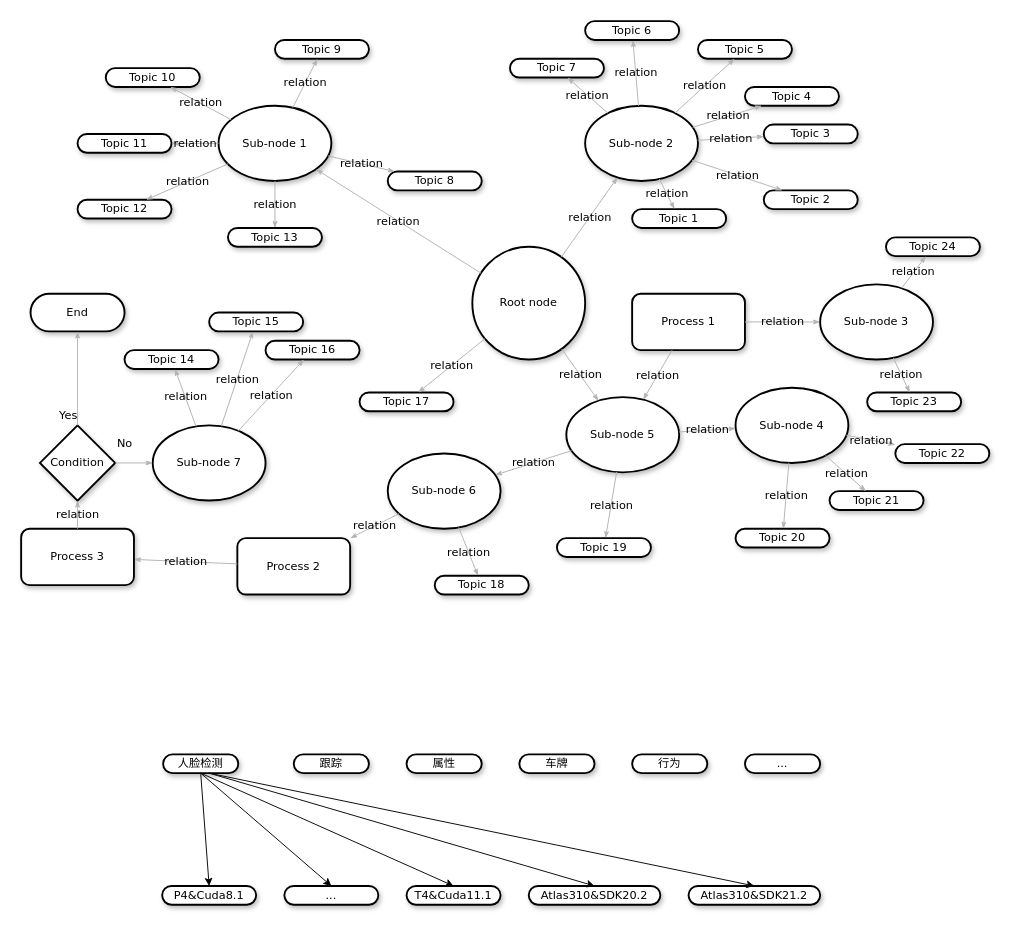
Before: zhuanxiang_1.drawio in snowolfhawk/ceph-scripts, a draw.io diagram. Source tidied: cells renumbered, new cells numbered last; positions are measured from the earlier drawing's top-left corner, leaving out a move shared by most shapes. Both pictures are drawn from the tidied source at 94%, with x=0, y=0 at pixel (21, 21).
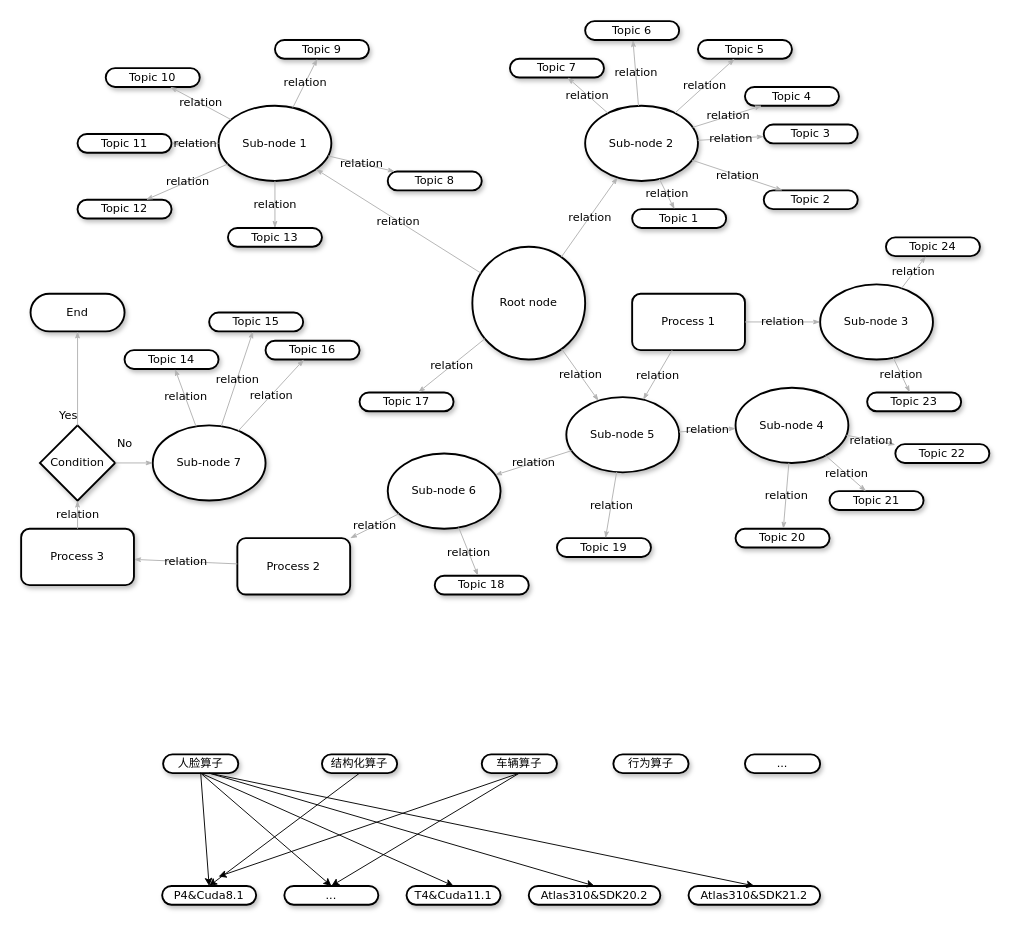
The same diagram, later.

The change refers to these unchanged cells:
```xml
<mxCell id="81" value="P4&amp;amp;Cuda8.1" style="whiteSpace=wrap;html=1;rounded=1;shadow=1;comic=0;labelBackgroundColor=none;strokeWidth=2;fontFamily=Verdana;fontSize=12;align=center;arcSize=50;" parent="1" vertex="1">
  <mxGeometry x="150" y="920" width="100" height="20" as="geometry" />
</mxCell>
<mxCell id="82" value="..." style="whiteSpace=wrap;html=1;rounded=1;shadow=1;comic=0;labelBackgroundColor=none;strokeWidth=2;fontFamily=Verdana;fontSize=12;align=center;arcSize=50;" parent="1" vertex="1">
  <mxGeometry x="280" y="920" width="100" height="20" as="geometry" />
</mxCell>
```

The edit, as a diff of the source:
```diff
@@
-    <mxCell id="75" value="人脸检测" style="whiteSpace=wrap;html=1;rounded=1;shadow=1;comic=0;labelBackgroundColor=none;strokeWidth=2;fontFamily=Verdana;fontSize=12;align=center;arcSize=50;" parent="1" vertex="1">
+    <mxCell id="75" value="人脸算子" style="whiteSpace=wrap;html=1;rounded=1;shadow=1;comic=0;labelBackgroundColor=none;strokeWidth=2;fontFamily=Verdana;fontSize=12;align=center;arcSize=50;" parent="1" vertex="1">
       <mxGeometry x="151" y="780" width="80" height="20" as="geometry" />
     </mxCell>
-    <mxCell id="76" value="跟踪" style="whiteSpace=wrap;html=1;rounded=1;shadow=1;comic=0;labelBackgroundColor=none;strokeWidth=2;fontFamily=Verdana;fontSize=12;align=center;arcSize=50;" parent="1" vertex="1">
-      <mxGeometry x="290" y="780" width="80" height="20" as="geometry" />
+    <mxCell id="76" value="结构化算子" style="whiteSpace=wrap;html=1;rounded=1;shadow=1;comic=0;labelBackgroundColor=none;strokeWidth=2;fontFamily=Verdana;fontSize=12;align=center;arcSize=50;" parent="1" vertex="1">
+      <mxGeometry x="320" y="780" width="80" height="20" as="geometry" />
     </mxCell>
-    <mxCell id="77" value="属性" style="whiteSpace=wrap;html=1;rounded=1;shadow=1;comic=0;labelBackgroundColor=none;strokeWidth=2;fontFamily=Verdana;fontSize=12;align=center;arcSize=50;" parent="1" vertex="1">
-      <mxGeometry x="410" y="780" width="80" height="20" as="geometry" />
+    <mxCell id="77" value="车辆算子" style="whiteSpace=wrap;html=1;rounded=1;shadow=1;comic=0;labelBackgroundColor=none;strokeWidth=2;fontFamily=Verdana;fontSize=12;align=center;arcSize=50;" parent="1" vertex="1">
+      <mxGeometry x="490" y="780" width="80" height="20" as="geometry" />
     </mxCell>
-    <mxCell id="78" value="车牌" style="whiteSpace=wrap;html=1;rounded=1;shadow=1;comic=0;labelBackgroundColor=none;strokeWidth=2;fontFamily=Verdana;fontSize=12;align=center;arcSize=50;" parent="1" vertex="1">
-      <mxGeometry x="530" y="780" width="80" height="20" as="geometry" />
+    <mxCell id="78" value="行为算子" style="whiteSpace=wrap;html=1;rounded=1;shadow=1;comic=0;labelBackgroundColor=none;strokeWidth=2;fontFamily=Verdana;fontSize=12;align=center;arcSize=50;" parent="1" vertex="1">
+      <mxGeometry x="630" y="780" width="80" height="20" as="geometry" />
     </mxCell>
-    <mxCell id="79" value="行为" style="whiteSpace=wrap;html=1;rounded=1;shadow=1;comic=0;labelBackgroundColor=none;strokeWidth=2;fontFamily=Verdana;fontSize=12;align=center;arcSize=50;" parent="1" vertex="1">
-      <mxGeometry x="650" y="780" width="80" height="20" as="geometry" />
-    </mxCell>
@@
+    <mxCell id="91" style="endArrow=classic;html=1;rounded=0;exitX=0.5;exitY=1;exitDx=0;exitDy=0;entryX=0.5;entryY=0;entryDx=0;entryDy=0;" parent="1" edge="1" source="76" target="81">
+      <mxGeometry relative="1" as="geometry" />
+    </mxCell>
+    <mxCell id="92" style="endArrow=classic;html=1;rounded=0;exitX=0.5;exitY=1;exitDx=0;exitDy=0;" parent="1" edge="1" source="77">
+      <mxGeometry relative="1" as="geometry">
+        <mxPoint x="210" y="910" as="targetPoint" />
+      </mxGeometry>
+    </mxCell>
+    <mxCell id="93" style="endArrow=classic;html=1;rounded=0;exitX=0.5;exitY=1;exitDx=0;exitDy=0;entryX=0.5;entryY=0;entryDx=0;entryDy=0;" parent="1" edge="1" source="77" target="82">
+      <mxGeometry relative="1" as="geometry" />
+    </mxCell>
```
